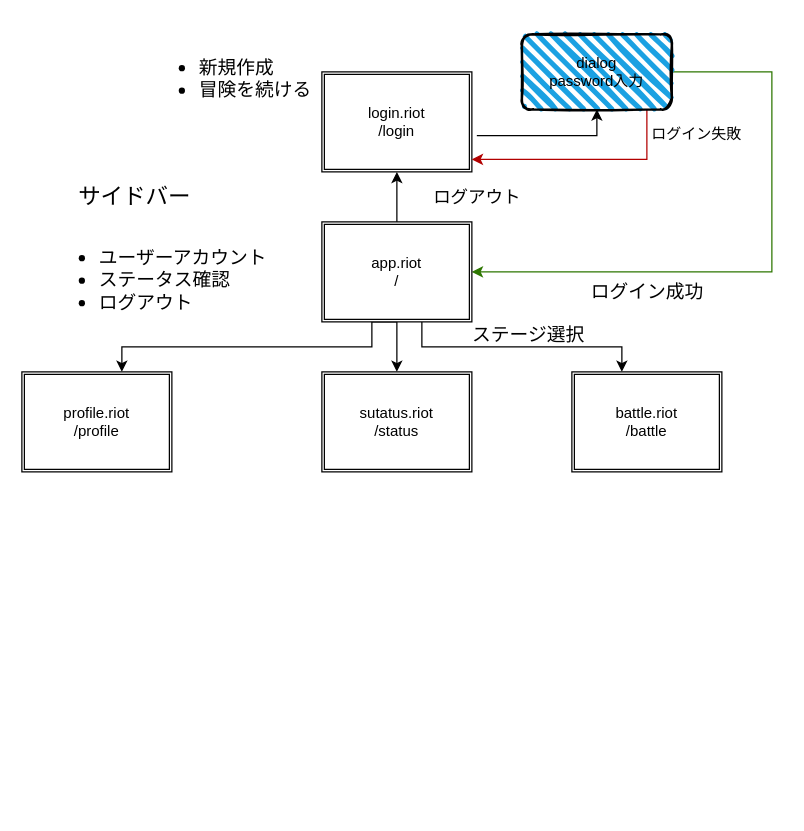
Earlier version of the draw.io diagram display_phase.drawio (JY8752/RPP). Source tidied: cells renumbered, new cells numbered last; positions are measured from the earlier drawing's top-left corner, leaving out a move shared by most shapes. Both pictures are drawn from the tidied source at 125%, with x=0, y=0 at pixel (21, 21).
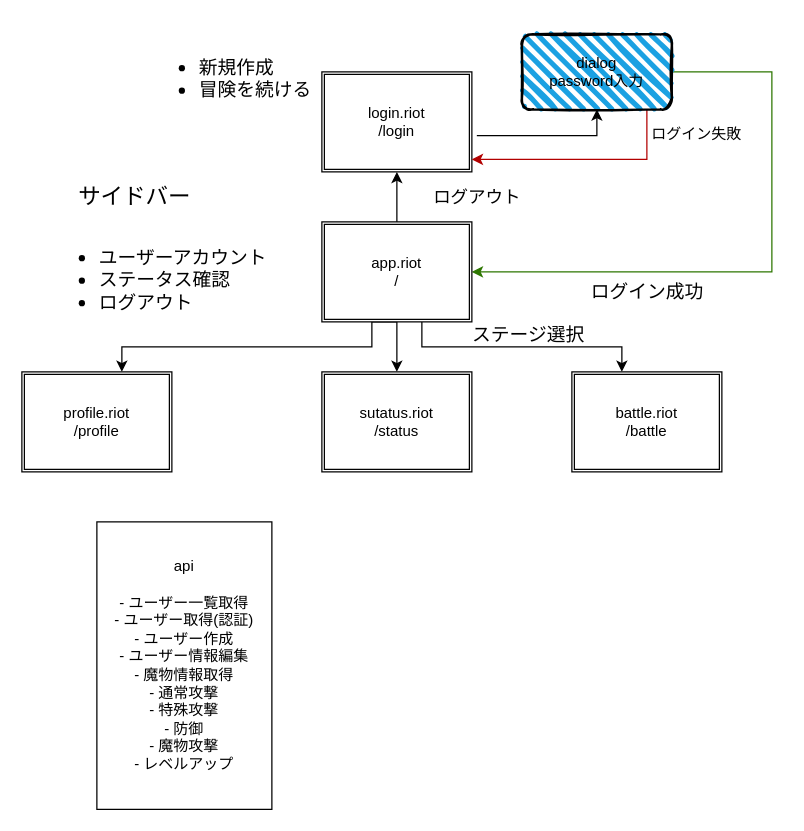
The same diagram, later.

Diff of the diagram source:
```diff
@@
+    <mxCell id="22" value="api&lt;br&gt;&lt;br&gt;- ユーザー一覧取得&lt;br&gt;- ユーザー取得(認証)&lt;br&gt;- ユーザー作成&lt;br&gt;- ユーザー情報編集&lt;br&gt;- 魔物情報取得&lt;br&gt;- 通常攻撃&lt;br&gt;- 特殊攻撃&lt;br&gt;- 防御&lt;br&gt;- 魔物攻撃&lt;br&gt;- レベルアップ&lt;br&gt;" style="rounded=0;whiteSpace=wrap;html=1;" parent="1" vertex="1">
+      <mxGeometry x="60" y="400" width="140" height="230" as="geometry" />
+    </mxCell>
```
